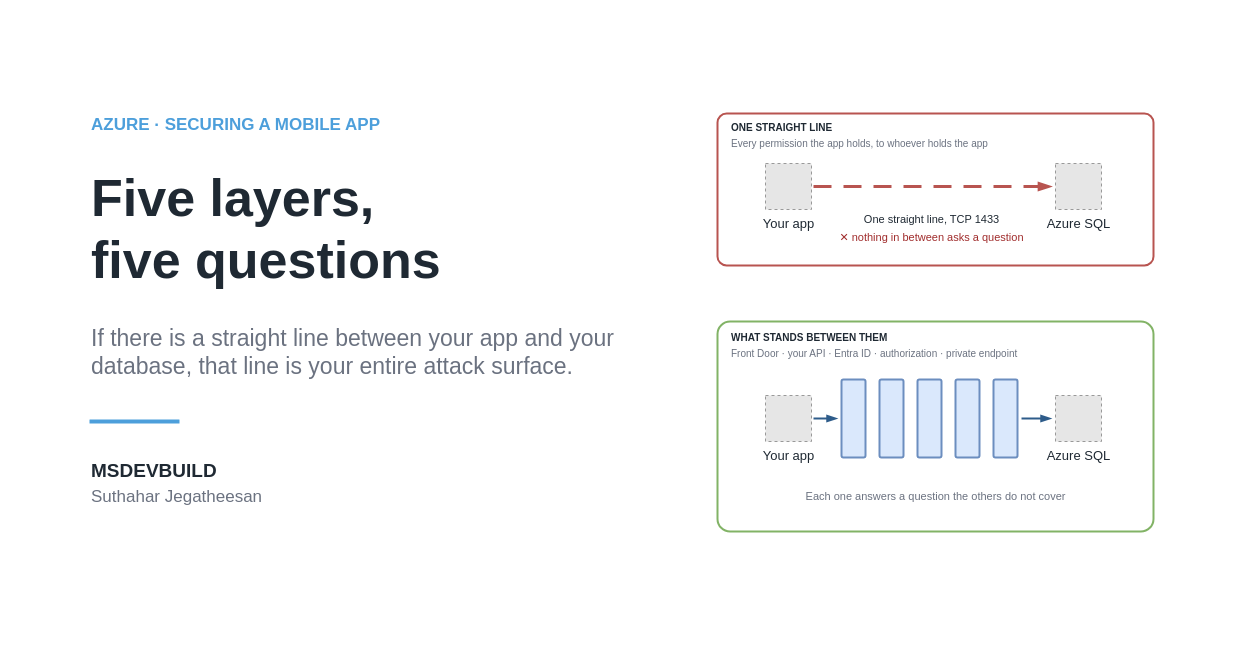
Earlier version of the draw.io diagram src/content/blog/azure-mobile-security/azure-mobile-app-layers/diagrams/azure-mobile-app-security-layers-cover.drawio (jssuthahar/blog). Source tidied: cells renumbered, new cells numbered last; positions are measured from the earlier drawing's top-left corner, leaving out a move shared by most shapes. Both pictures are drawn from the tidied source at 100%, with x=0, y=0 at pixel (17, 17). Pictures stored in the file or linked from it are replaced by grey dashed boxes.
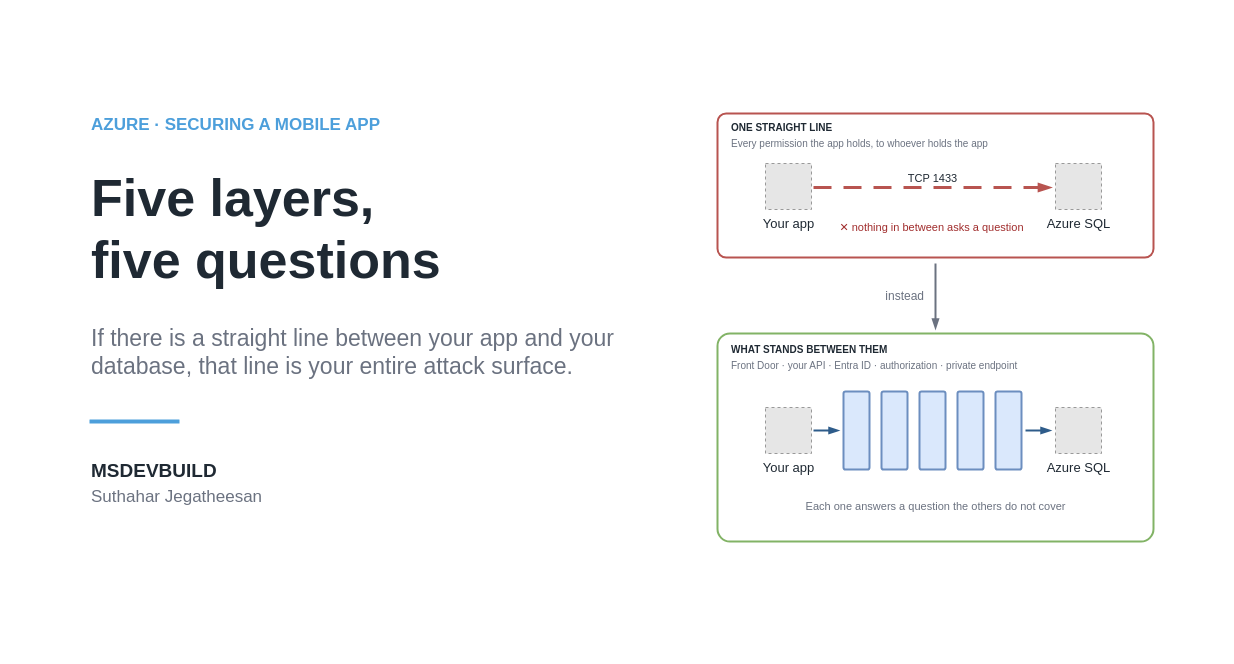
After the change.

Change to the diagram source:
```diff
@@
     <mxCell id="11" style="rounded=1;arcSize=6;whiteSpace=wrap;html=1;fillColor=none;strokeColor=#B85450;strokeWidth=2;verticalAlign=top;align=left;spacingLeft=12;spacingTop=4;fontSize=13;fontColor=#1F2933;" parent="1" vertex="1">
-      <mxGeometry x="700" y="96" width="436" height="152" as="geometry" />
+      <mxGeometry x="700" y="96" width="436" height="144" as="geometry" />
     </mxCell>
@@
-    <mxCell id="16" style="html=1;rounded=0;strokeColor=#B85450;strokeWidth=3;endArrow=blockThin;endFill=1;endSize=6;dashed=1;dashPattern=6 4;fontSize=11;fontColor=#1F2933;labelBackgroundColor=#FFFFFF;verticalAlign=bottom;align=center;" parent="1" edge="1">
+    <mxCell id="16" value="TCP 1433" style="html=1;rounded=0;strokeColor=#B85450;strokeWidth=3;endArrow=blockThin;endFill=1;endSize=6;dashed=1;dashPattern=6 4;fontSize=11;fontColor=#1F2933;labelBackgroundColor=#FFFFFF;verticalAlign=bottom;align=center;" parent="1" edge="1">
       <mxGeometry relative="1" as="geometry">
-        <mxPoint x="796" y="169" as="sourcePoint" />
-        <mxPoint x="1034" y="169" as="targetPoint" />
+        <mxPoint x="796" y="170" as="sourcePoint" />
+        <mxPoint x="1034" y="170" as="targetPoint" />
       </mxGeometry>
     </mxCell>
-    <mxCell id="17" value="One straight line, TCP 1433" style="text;html=1;align=center;verticalAlign=middle;fontSize=11;fontColor=#1F2933;fontStyle=0;" parent="1" vertex="1">
-      <mxGeometry x="804" y="194" width="220" height="16" as="geometry" />
-    </mxCell>
     <mxCell id="18" value="✕ nothing in between asks a question" style="text;html=1;align=center;verticalAlign=middle;fontSize=11;fontColor=#A02C2C;fontStyle=0;" parent="1" vertex="1">
-      <mxGeometry x="804" y="212" width="220" height="16" as="geometry" />
+      <mxGeometry x="794" y="202" width="240" height="16" as="geometry" />
     </mxCell>
+    <mxCell id="32" style="html=1;rounded=0;strokeColor=#6B7280;strokeWidth=2;endArrow=blockThin;endFill=1;endSize=6;fontSize=11;fontColor=#1F2933;labelBackgroundColor=#FFFFFF;verticalAlign=bottom;align=center;" parent="1" edge="1">
+      <mxGeometry relative="1" as="geometry">
+        <mxPoint x="918" y="246" as="sourcePoint" />
+        <mxPoint x="918" y="312" as="targetPoint" />
+      </mxGeometry>
+    </mxCell>
+    <mxCell id="33" value="instead" style="text;html=1;align=right;verticalAlign=middle;fontSize=12;fontColor=#6B7280;fontStyle=0;" parent="1" vertex="1">
+      <mxGeometry x="790" y="269" width="118" height="20" as="geometry" />
+    </mxCell>
     <mxCell id="19" style="rounded=1;arcSize=6;whiteSpace=wrap;html=1;fillColor=none;strokeColor=#82B366;strokeWidth=2;verticalAlign=top;align=left;spacingLeft=12;spacingTop=4;fontSize=13;fontColor=#1F2933;" parent="1" vertex="1">
-      <mxGeometry x="700" y="304" width="436" height="210" as="geometry" />
+      <mxGeometry x="700" y="316" width="436" height="208" as="geometry" />
     </mxCell>
     <mxCell id="20" value="WHAT STANDS BETWEEN THEM" style="text;html=1;align=left;verticalAlign=middle;fontSize=10;fontColor=#1F2933;fontStyle=1;" parent="1" vertex="1">
-      <mxGeometry x="712" y="312" width="412" height="16" as="geometry" />
+      <mxGeometry x="712" y="324" width="412" height="16" as="geometry" />
     </mxCell>
     <mxCell id="21" value="Front Door · your API · Entra ID · authorization · private endpoint" style="text;html=1;align=left;verticalAlign=middle;fontSize=10;fontColor=#6B7280;fontStyle=0;" parent="1" vertex="1">
-      <mxGeometry x="712" y="329" width="412" height="14" as="geometry" />
+      <mxGeometry x="712" y="341" width="412" height="14" as="geometry" />
     </mxCell>
     <mxCell id="22" value="Your app" style="fillColor=#E6E6E6;strokeColor=#999999;dashed=1;html=1;verticalLabelPosition=bottom;verticalAlign=top;fontSize=13;fontColor=#1F2933;labelBackgroundColor=none;" parent="1" vertex="1">
-      <mxGeometry x="748" y="378" width="46" height="46" as="geometry" />
+      <mxGeometry x="748" y="390" width="46" height="46" as="geometry" />
     </mxCell>
     <mxCell id="23" value="Azure SQL" style="fillColor=#E6E6E6;strokeColor=#999999;dashed=1;html=1;verticalLabelPosition=bottom;verticalAlign=top;fontSize=13;fontColor=#1F2933;labelBackgroundColor=none;" parent="1" vertex="1">
-      <mxGeometry x="1038" y="378" width="46" height="46" as="geometry" />
+      <mxGeometry x="1038" y="390" width="46" height="46" as="geometry" />
     </mxCell>
     <mxCell id="24" style="rounded=1;arcSize=8;whiteSpace=wrap;html=1;fillColor=#DAE8FC;strokeColor=#6C8EBF;strokeWidth=2;fontSize=12;fontColor=#1F2933;align=center;" parent="1" vertex="1">
-      <mxGeometry x="824" y="362" width="24" height="78" as="geometry" />
+      <mxGeometry x="826" y="374" width="26" height="78" as="geometry" />
     </mxCell>
     <mxCell id="25" style="rounded=1;arcSize=8;whiteSpace=wrap;html=1;fillColor=#DAE8FC;strokeColor=#6C8EBF;strokeWidth=2;fontSize=12;fontColor=#1F2933;align=center;" parent="1" vertex="1">
-      <mxGeometry x="862" y="362" width="24" height="78" as="geometry" />
+      <mxGeometry x="864" y="374" width="26" height="78" as="geometry" />
     </mxCell>
     <mxCell id="26" style="rounded=1;arcSize=8;whiteSpace=wrap;html=1;fillColor=#DAE8FC;strokeColor=#6C8EBF;strokeWidth=2;fontSize=12;fontColor=#1F2933;align=center;" parent="1" vertex="1">
-      <mxGeometry x="900" y="362" width="24" height="78" as="geometry" />
+      <mxGeometry x="902" y="374" width="26" height="78" as="geometry" />
     </mxCell>
     <mxCell id="27" style="rounded=1;arcSize=8;whiteSpace=wrap;html=1;fillColor=#DAE8FC;strokeColor=#6C8EBF;strokeWidth=2;fontSize=12;fontColor=#1F2933;align=center;" parent="1" vertex="1">
-      <mxGeometry x="938" y="362" width="24" height="78" as="geometry" />
+      <mxGeometry x="940" y="374" width="26" height="78" as="geometry" />
     </mxCell>
     <mxCell id="28" style="rounded=1;arcSize=8;whiteSpace=wrap;html=1;fillColor=#DAE8FC;strokeColor=#6C8EBF;strokeWidth=2;fontSize=12;fontColor=#1F2933;align=center;" parent="1" vertex="1">
-      <mxGeometry x="976" y="362" width="24" height="78" as="geometry" />
+      <mxGeometry x="978" y="374" width="26" height="78" as="geometry" />
     </mxCell>
     <mxCell id="29" style="html=1;rounded=0;strokeColor=#2E5C8A;strokeWidth=2;endArrow=blockThin;endFill=1;endSize=6;fontSize=11;fontColor=#1F2933;labelBackgroundColor=#FFFFFF;verticalAlign=bottom;align=center;" parent="1" edge="1">
       <mxGeometry relative="1" as="geometry">
-        <mxPoint x="796" y="401" as="sourcePoint" />
-        <mxPoint x="820" y="401" as="targetPoint" />
+        <mxPoint x="796" y="413" as="sourcePoint" />
+        <mxPoint x="822" y="413" as="targetPoint" />
       </mxGeometry>
     </mxCell>
     <mxCell id="30" style="html=1;rounded=0;strokeColor=#2E5C8A;strokeWidth=2;endArrow=blockThin;endFill=1;endSize=6;fontSize=11;fontColor=#1F2933;labelBackgroundColor=#FFFFFF;verticalAlign=bottom;align=center;" parent="1" edge="1">
       <mxGeometry relative="1" as="geometry">
-        <mxPoint x="1004" y="401" as="sourcePoint" />
-        <mxPoint x="1034" y="401" as="targetPoint" />
+        <mxPoint x="1008" y="413" as="sourcePoint" />
+        <mxPoint x="1034" y="413" as="targetPoint" />
       </mxGeometry>
     </mxCell>
     <mxCell id="31" value="Each one answers a question the others do not cover" style="text;html=1;align=center;verticalAlign=middle;fontSize=11;fontColor=#6B7280;fontStyle=0;" parent="1" vertex="1">
-      <mxGeometry x="712" y="470" width="412" height="18" as="geometry" />
+      <mxGeometry x="712" y="480" width="412" height="18" as="geometry" />
     </mxCell>
```
